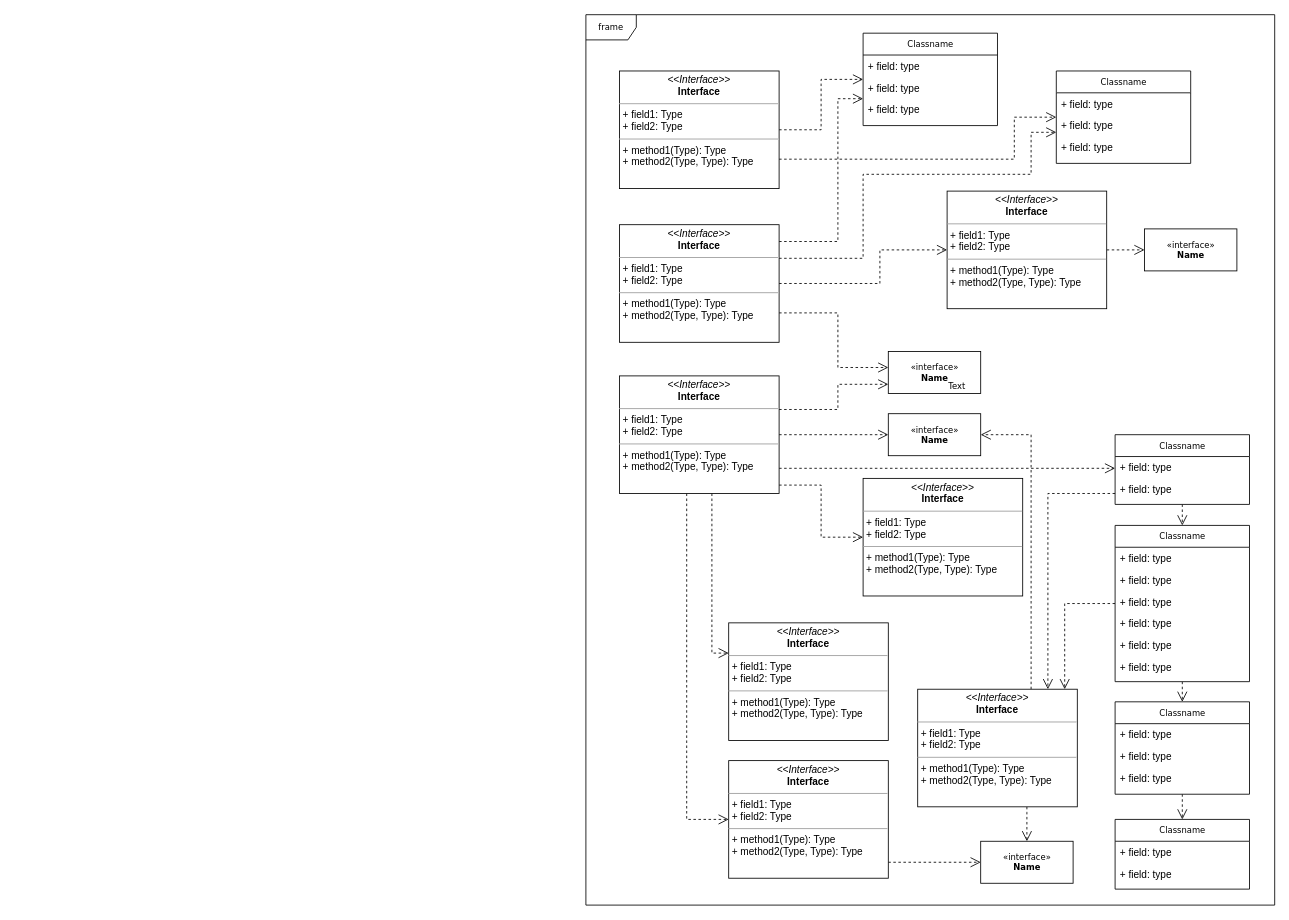
last-war/last-war keeps this draw.io diagram as Діаграма без назви.drawio. Above is the earlier version. Source tidied: cells renumbered, new cells numbered last; positions are measured from the earlier drawing's top-left corner, leaving out a move shared by most shapes. Both pictures are drawn from the tidied source at 84%, with x=0, y=0 at pixel (585, 14).
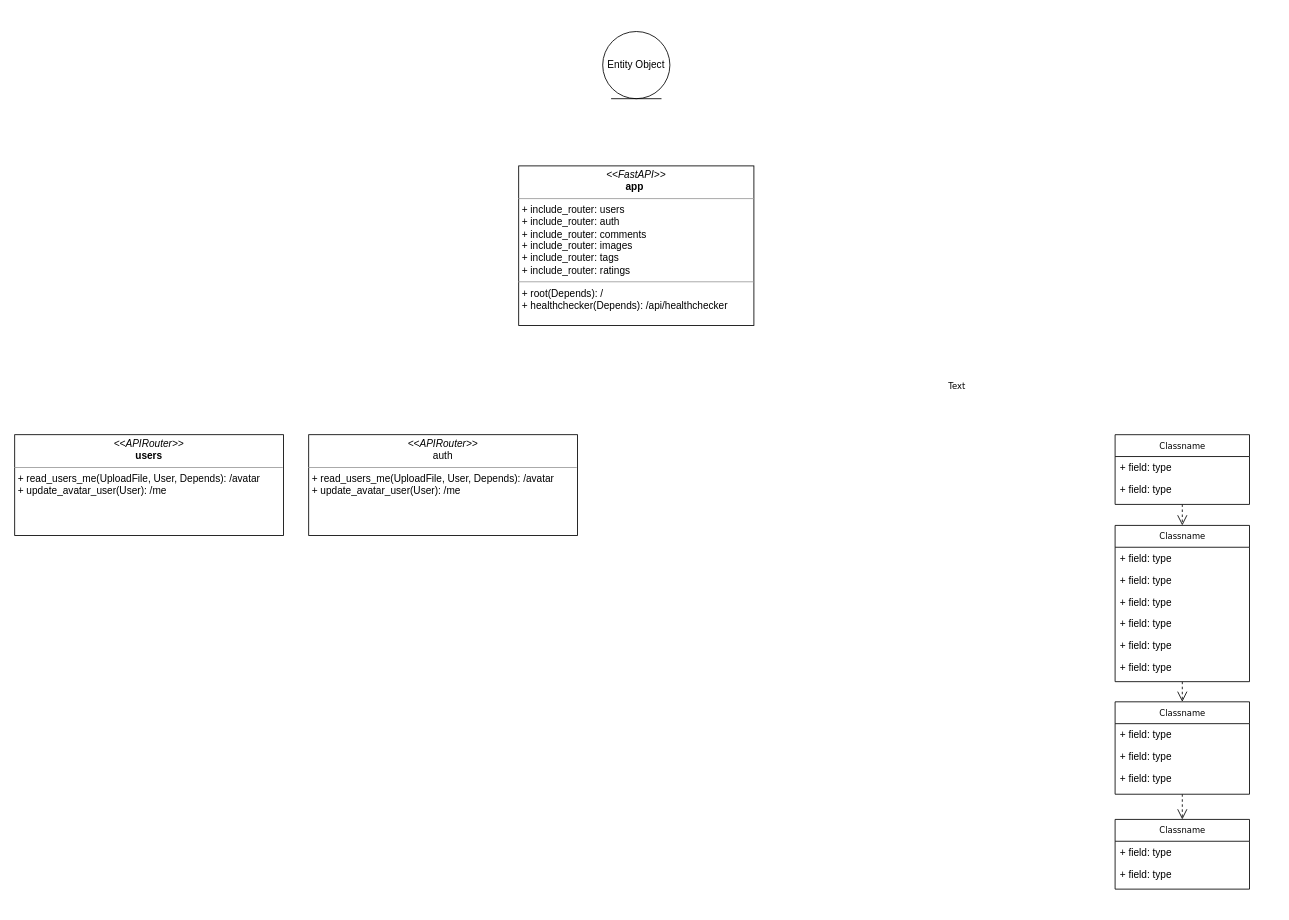
After the change.

Unchanged cells that the change refers to:
```xml
<mxCell id="5" value="Classname" style="swimlane;html=1;fontStyle=0;horizontal=1;startSize=26;fillColor=none;swimlaneFillColor=#ffffff;rounded=0;shadow=0;comic=0;labelBackgroundColor=none;strokeWidth=1;fontFamily=Verdana;fontSize=10;align=center;" parent="1" vertex="1">
  <mxGeometry x="630" y="608" width="160" height="186" as="geometry" />
</mxCell>
<mxCell id="29" value="Classname" style="swimlane;html=1;fontStyle=0;horizontal=1;startSize=26;fillColor=none;swimlaneFillColor=#ffffff;rounded=0;shadow=0;comic=0;labelBackgroundColor=none;strokeWidth=1;fontFamily=Verdana;fontSize=10;align=center;" parent="1" vertex="1">
  <mxGeometry x="630" y="500" width="160" height="83" as="geometry" />
</mxCell>
```

The edit, as a diff of the source:
```diff
@@
-    <mxCell id="2" value="frame" style="shape=umlFrame;whiteSpace=wrap;html=1;rounded=0;shadow=0;comic=0;labelBackgroundColor=none;strokeWidth=1;fontFamily=Verdana;fontSize=10;align=center;" parent="1" vertex="1">
-      <mxGeometry width="820" height="1060" as="geometry" />
-    </mxCell>
-    <mxCell id="3" style="edgeStyle=orthogonalEdgeStyle;rounded=0;html=1;dashed=1;labelBackgroundColor=none;startFill=0;endArrow=open;endFill=0;endSize=10;fontFamily=Verdana;fontSize=10;" parent="1" edge="1" source="5" target="35">
-      <mxGeometry relative="1" as="geometry">
-        <Array as="points">
-          <mxPoint x="570" y="701" />
-        </Array>
-      </mxGeometry>
-    </mxCell>
@@
-    <mxCell id="12" value="Classname" style="swimlane;html=1;fontStyle=0;horizontal=1;startSize=26;fillColor=none;swimlaneFillColor=#ffffff;rounded=0;shadow=0;comic=0;labelBackgroundColor=none;strokeWidth=1;fontFamily=Verdana;fontSize=10;align=center;" parent="1" vertex="1">
-      <mxGeometry x="330" y="22" width="160" height="110" as="geometry" />
-    </mxCell>
-    <mxCell id="13" value="+ field: type" style="text;html=1;strokeColor=none;fillColor=none;align=left;verticalAlign=top;spacingLeft=4;spacingRight=4;whiteSpace=wrap;overflow=hidden;" parent="12" vertex="1">
-      <mxGeometry y="26" width="160" height="26" as="geometry" />
-    </mxCell>
-    <mxCell id="14" value="+ field: type" style="text;html=1;strokeColor=none;fillColor=none;align=left;verticalAlign=top;spacingLeft=4;spacingRight=4;whiteSpace=wrap;overflow=hidden;" parent="12" vertex="1">
-      <mxGeometry y="52" width="160" height="26" as="geometry" />
-    </mxCell>
-    <mxCell id="15" value="+ field: type" style="text;html=1;strokeColor=none;fillColor=none;align=left;verticalAlign=top;spacingLeft=4;spacingRight=4;whiteSpace=wrap;overflow=hidden;" parent="12" vertex="1">
-      <mxGeometry y="78" width="160" height="26" as="geometry" />
-    </mxCell>
-    <mxCell id="16" value="Classname" style="swimlane;html=1;fontStyle=0;horizontal=1;startSize=26;fillColor=none;swimlaneFillColor=#ffffff;rounded=0;shadow=0;comic=0;labelBackgroundColor=none;strokeWidth=1;fontFamily=Verdana;fontSize=10;align=center;" parent="1" vertex="1">
-      <mxGeometry x="560" y="67" width="160" height="110" as="geometry" />
-    </mxCell>
-    <mxCell id="17" value="+ field: type" style="text;html=1;strokeColor=none;fillColor=none;align=left;verticalAlign=top;spacingLeft=4;spacingRight=4;whiteSpace=wrap;overflow=hidden;" parent="16" vertex="1">
-      <mxGeometry y="26" width="160" height="26" as="geometry" />
-    </mxCell>
-    <mxCell id="18" value="+ field: type" style="text;html=1;strokeColor=none;fillColor=none;align=left;verticalAlign=top;spacingLeft=4;spacingRight=4;whiteSpace=wrap;overflow=hidden;" parent="16" vertex="1">
-      <mxGeometry y="52" width="160" height="26" as="geometry" />
-    </mxCell>
-    <mxCell id="19" value="+ field: type" style="text;html=1;strokeColor=none;fillColor=none;align=left;verticalAlign=top;spacingLeft=4;spacingRight=4;whiteSpace=wrap;overflow=hidden;" parent="16" vertex="1">
-      <mxGeometry y="78" width="160" height="26" as="geometry" />
-    </mxCell>
@@
-    <mxCell id="32" value="&amp;laquo;interface&amp;raquo;&lt;br&gt;&lt;b&gt;Name&lt;/b&gt;" style="html=1;rounded=0;shadow=0;comic=0;labelBackgroundColor=none;strokeWidth=1;fontFamily=Verdana;fontSize=10;align=center;" parent="1" vertex="1">
-      <mxGeometry x="470" y="984" width="110" height="50" as="geometry" />
-    </mxCell>
-    <mxCell id="33" style="edgeStyle=orthogonalEdgeStyle;rounded=0;html=1;dashed=1;labelBackgroundColor=none;startFill=0;endArrow=open;endFill=0;endSize=10;fontFamily=Verdana;fontSize=10;" parent="1" edge="1" source="35" target="32">
-      <mxGeometry relative="1" as="geometry">
-        <Array as="points">
-          <mxPoint x="525" y="950" />
-          <mxPoint x="525" y="950" />
-        </Array>
-      </mxGeometry>
-    </mxCell>
-    <mxCell id="34" style="edgeStyle=orthogonalEdgeStyle;rounded=0;html=1;dashed=1;labelBackgroundColor=none;startFill=0;endArrow=open;endFill=0;endSize=10;fontFamily=Verdana;fontSize=10;" parent="1" edge="1" source="35" target="40">
-      <mxGeometry relative="1" as="geometry">
-        <Array as="points">
-          <mxPoint x="530" y="500" />
-        </Array>
-      </mxGeometry>
-    </mxCell>
-    <mxCell id="35" value="&lt;p style=&quot;margin:0px;margin-top:4px;text-align:center;&quot;&gt;&lt;i&gt;&amp;lt;&amp;lt;Interface&amp;gt;&amp;gt;&lt;/i&gt;&lt;br/&gt;&lt;b&gt;Interface&lt;/b&gt;&lt;/p&gt;&lt;hr size=&quot;1&quot;/&gt;&lt;p style=&quot;margin:0px;margin-left:4px;&quot;&gt;+ field1: Type&lt;br/&gt;+ field2: Type&lt;/p&gt;&lt;hr size=&quot;1&quot;/&gt;&lt;p style=&quot;margin:0px;margin-left:4px;&quot;&gt;+ method1(Type): Type&lt;br/&gt;+ method2(Type, Type): Type&lt;/p&gt;" style="verticalAlign=top;align=left;overflow=fill;fontSize=12;fontFamily=Helvetica;html=1;rounded=0;shadow=0;comic=0;labelBackgroundColor=none;strokeWidth=1;" parent="1" vertex="1">
-      <mxGeometry x="395" y="803" width="190" height="140" as="geometry" />
-    </mxCell>
-    <mxCell id="36" value="&lt;p style=&quot;margin:0px;margin-top:4px;text-align:center;&quot;&gt;&lt;i&gt;&amp;lt;&amp;lt;Interface&amp;gt;&amp;gt;&lt;/i&gt;&lt;br/&gt;&lt;b&gt;Interface&lt;/b&gt;&lt;/p&gt;&lt;hr size=&quot;1&quot;/&gt;&lt;p style=&quot;margin:0px;margin-left:4px;&quot;&gt;+ field1: Type&lt;br/&gt;+ field2: Type&lt;/p&gt;&lt;hr size=&quot;1&quot;/&gt;&lt;p style=&quot;margin:0px;margin-left:4px;&quot;&gt;+ method1(Type): Type&lt;br/&gt;+ method2(Type, Type): Type&lt;/p&gt;" style="verticalAlign=top;align=left;overflow=fill;fontSize=12;fontFamily=Helvetica;html=1;rounded=0;shadow=0;comic=0;labelBackgroundColor=none;strokeWidth=1;" parent="1" vertex="1">
-      <mxGeometry x="330" y="552" width="190" height="140" as="geometry" />
-    </mxCell>
-    <mxCell id="37" style="edgeStyle=orthogonalEdgeStyle;rounded=0;html=1;dashed=1;labelBackgroundColor=none;startFill=0;endArrow=open;endFill=0;endSize=10;fontFamily=Verdana;fontSize=10;" parent="1" edge="1" source="38" target="32">
-      <mxGeometry relative="1" as="geometry">
-        <Array as="points">
-          <mxPoint x="390" y="1009" />
-          <mxPoint x="390" y="1009" />
-        </Array>
-      </mxGeometry>
-    </mxCell>
-    <mxCell id="38" value="&lt;p style=&quot;margin:0px;margin-top:4px;text-align:center;&quot;&gt;&lt;i&gt;&amp;lt;&amp;lt;Interface&amp;gt;&amp;gt;&lt;/i&gt;&lt;br/&gt;&lt;b&gt;Interface&lt;/b&gt;&lt;/p&gt;&lt;hr size=&quot;1&quot;/&gt;&lt;p style=&quot;margin:0px;margin-left:4px;&quot;&gt;+ field1: Type&lt;br/&gt;+ field2: Type&lt;/p&gt;&lt;hr size=&quot;1&quot;/&gt;&lt;p style=&quot;margin:0px;margin-left:4px;&quot;&gt;+ method1(Type): Type&lt;br/&gt;+ method2(Type, Type): Type&lt;/p&gt;" style="verticalAlign=top;align=left;overflow=fill;fontSize=12;fontFamily=Helvetica;html=1;rounded=0;shadow=0;comic=0;labelBackgroundColor=none;strokeWidth=1;" parent="1" vertex="1">
-      <mxGeometry x="170" y="888" width="190" height="140" as="geometry" />
-    </mxCell>
-    <mxCell id="39" value="&lt;p style=&quot;margin:0px;margin-top:4px;text-align:center;&quot;&gt;&lt;i&gt;&amp;lt;&amp;lt;Interface&amp;gt;&amp;gt;&lt;/i&gt;&lt;br/&gt;&lt;b&gt;Interface&lt;/b&gt;&lt;/p&gt;&lt;hr size=&quot;1&quot;/&gt;&lt;p style=&quot;margin:0px;margin-left:4px;&quot;&gt;+ field1: Type&lt;br/&gt;+ field2: Type&lt;/p&gt;&lt;hr size=&quot;1&quot;/&gt;&lt;p style=&quot;margin:0px;margin-left:4px;&quot;&gt;+ method1(Type): Type&lt;br/&gt;+ method2(Type, Type): Type&lt;/p&gt;" style="verticalAlign=top;align=left;overflow=fill;fontSize=12;fontFamily=Helvetica;html=1;rounded=0;shadow=0;comic=0;labelBackgroundColor=none;strokeWidth=1;" parent="1" vertex="1">
-      <mxGeometry x="170" y="724" width="190" height="140" as="geometry" />
-    </mxCell>
-    <mxCell id="40" value="&amp;laquo;interface&amp;raquo;&lt;br&gt;&lt;b&gt;Name&lt;/b&gt;" style="html=1;rounded=0;shadow=0;comic=0;labelBackgroundColor=none;strokeWidth=1;fontFamily=Verdana;fontSize=10;align=center;" parent="1" vertex="1">
-      <mxGeometry x="360" y="475" width="110" height="50" as="geometry" />
-    </mxCell>
-    <mxCell id="41" value="&amp;laquo;interface&amp;raquo;&lt;br&gt;&lt;b&gt;Name&lt;/b&gt;" style="html=1;rounded=0;shadow=0;comic=0;labelBackgroundColor=none;strokeWidth=1;fontFamily=Verdana;fontSize=10;align=center;" parent="1" vertex="1">
-      <mxGeometry x="360" y="401" width="110" height="50" as="geometry" />
-    </mxCell>
-    <mxCell id="42" style="edgeStyle=orthogonalEdgeStyle;rounded=0;html=1;dashed=1;labelBackgroundColor=none;startFill=0;endArrow=open;endFill=0;endSize=10;fontFamily=Verdana;fontSize=10;" parent="1" edge="1" source="43" target="45">
-      <mxGeometry relative="1" as="geometry" />
-    </mxCell>
-    <mxCell id="43" value="&lt;p style=&quot;margin:0px;margin-top:4px;text-align:center;&quot;&gt;&lt;i&gt;&amp;lt;&amp;lt;Interface&amp;gt;&amp;gt;&lt;/i&gt;&lt;br/&gt;&lt;b&gt;Interface&lt;/b&gt;&lt;/p&gt;&lt;hr size=&quot;1&quot;/&gt;&lt;p style=&quot;margin:0px;margin-left:4px;&quot;&gt;+ field1: Type&lt;br/&gt;+ field2: Type&lt;/p&gt;&lt;hr size=&quot;1&quot;/&gt;&lt;p style=&quot;margin:0px;margin-left:4px;&quot;&gt;+ method1(Type): Type&lt;br/&gt;+ method2(Type, Type): Type&lt;/p&gt;" style="verticalAlign=top;align=left;overflow=fill;fontSize=12;fontFamily=Helvetica;html=1;rounded=0;shadow=0;comic=0;labelBackgroundColor=none;strokeWidth=1;" parent="1" vertex="1">
-      <mxGeometry x="430" y="210" width="190" height="140" as="geometry" />
-    </mxCell>
@@
-    <mxCell id="45" value="&amp;laquo;interface&amp;raquo;&lt;br&gt;&lt;b&gt;Name&lt;/b&gt;" style="html=1;rounded=0;shadow=0;comic=0;labelBackgroundColor=none;strokeWidth=1;fontFamily=Verdana;fontSize=10;align=center;" parent="1" vertex="1">
-      <mxGeometry x="665" y="255" width="110" height="50" as="geometry" />
-    </mxCell>
-    <mxCell id="46" style="edgeStyle=orthogonalEdgeStyle;rounded=0;html=1;labelBackgroundColor=none;startFill=0;endArrow=open;endFill=0;endSize=10;fontFamily=Verdana;fontSize=10;dashed=1;" parent="1" edge="1" source="48" target="12">
-      <mxGeometry relative="1" as="geometry" />
-    </mxCell>
-    <mxCell id="47" style="edgeStyle=orthogonalEdgeStyle;rounded=0;html=1;exitX=1;exitY=0.75;dashed=1;labelBackgroundColor=none;startFill=0;endArrow=open;endFill=0;endSize=10;fontFamily=Verdana;fontSize=10;" parent="1" edge="1" source="48" target="16">
-      <mxGeometry relative="1" as="geometry">
-        <Array as="points">
-          <mxPoint x="510" y="172" />
-          <mxPoint x="510" y="122" />
-        </Array>
-      </mxGeometry>
-    </mxCell>
-    <mxCell id="48" value="&lt;p style=&quot;margin:0px;margin-top:4px;text-align:center;&quot;&gt;&lt;i&gt;&amp;lt;&amp;lt;Interface&amp;gt;&amp;gt;&lt;/i&gt;&lt;br/&gt;&lt;b&gt;Interface&lt;/b&gt;&lt;/p&gt;&lt;hr size=&quot;1&quot;/&gt;&lt;p style=&quot;margin:0px;margin-left:4px;&quot;&gt;+ field1: Type&lt;br/&gt;+ field2: Type&lt;/p&gt;&lt;hr size=&quot;1&quot;/&gt;&lt;p style=&quot;margin:0px;margin-left:4px;&quot;&gt;+ method1(Type): Type&lt;br/&gt;+ method2(Type, Type): Type&lt;/p&gt;" style="verticalAlign=top;align=left;overflow=fill;fontSize=12;fontFamily=Helvetica;html=1;rounded=0;shadow=0;comic=0;labelBackgroundColor=none;strokeWidth=1;" parent="1" vertex="1">
-      <mxGeometry x="40" y="67" width="190" height="140" as="geometry" />
-    </mxCell>
-    <mxCell id="49" style="edgeStyle=orthogonalEdgeStyle;rounded=0;html=1;dashed=1;labelBackgroundColor=none;startFill=0;endArrow=open;endFill=0;endSize=10;fontFamily=Verdana;fontSize=10;" parent="1" edge="1" source="53" target="12">
-      <mxGeometry relative="1" as="geometry">
-        <Array as="points">
-          <mxPoint x="300" y="270" />
-          <mxPoint x="300" y="100" />
-        </Array>
-      </mxGeometry>
-    </mxCell>
-    <mxCell id="50" style="edgeStyle=orthogonalEdgeStyle;rounded=0;html=1;dashed=1;labelBackgroundColor=none;startFill=0;endArrow=open;endFill=0;endSize=10;fontFamily=Verdana;fontSize=10;" parent="1" edge="1" source="53" target="16">
-      <mxGeometry relative="1" as="geometry">
-        <Array as="points">
-          <mxPoint x="330" y="290" />
-          <mxPoint x="330" y="190" />
-          <mxPoint x="530" y="190" />
-          <mxPoint x="530" y="140" />
-        </Array>
-      </mxGeometry>
-    </mxCell>
-    <mxCell id="51" style="edgeStyle=orthogonalEdgeStyle;rounded=0;html=1;dashed=1;labelBackgroundColor=none;startFill=0;endArrow=open;endFill=0;endSize=10;fontFamily=Verdana;fontSize=10;" parent="1" edge="1" source="53" target="43">
-      <mxGeometry relative="1" as="geometry">
-        <Array as="points">
-          <mxPoint x="350" y="320" />
-          <mxPoint x="350" y="280" />
-        </Array>
-      </mxGeometry>
-    </mxCell>
-    <mxCell id="52" style="edgeStyle=orthogonalEdgeStyle;rounded=0;html=1;exitX=1;exitY=0.75;dashed=1;labelBackgroundColor=none;startFill=0;endArrow=open;endFill=0;endSize=10;fontFamily=Verdana;fontSize=10;" parent="1" edge="1" source="53" target="41">
-      <mxGeometry relative="1" as="geometry">
-        <Array as="points">
-          <mxPoint x="300" y="355" />
-          <mxPoint x="300" y="420" />
-        </Array>
-      </mxGeometry>
-    </mxCell>
-    <mxCell id="53" value="&lt;p style=&quot;margin:0px;margin-top:4px;text-align:center;&quot;&gt;&lt;i&gt;&amp;lt;&amp;lt;Interface&amp;gt;&amp;gt;&lt;/i&gt;&lt;br/&gt;&lt;b&gt;Interface&lt;/b&gt;&lt;/p&gt;&lt;hr size=&quot;1&quot;/&gt;&lt;p style=&quot;margin:0px;margin-left:4px;&quot;&gt;+ field1: Type&lt;br/&gt;+ field2: Type&lt;/p&gt;&lt;hr size=&quot;1&quot;/&gt;&lt;p style=&quot;margin:0px;margin-left:4px;&quot;&gt;+ method1(Type): Type&lt;br/&gt;+ method2(Type, Type): Type&lt;/p&gt;" style="verticalAlign=top;align=left;overflow=fill;fontSize=12;fontFamily=Helvetica;html=1;rounded=0;shadow=0;comic=0;labelBackgroundColor=none;strokeWidth=1;" parent="1" vertex="1">
-      <mxGeometry x="40" y="250" width="190" height="140" as="geometry" />
+    <mxCell id="53" value="&lt;p style=&quot;margin:0px;margin-top:4px;text-align:center;&quot;&gt;&lt;i&gt;&amp;lt;&amp;lt;FastAPI&amp;gt;&amp;gt;&lt;/i&gt;&lt;br&gt;&lt;b&gt;app&amp;nbsp;&lt;/b&gt;&lt;br&gt;&lt;/p&gt;&lt;hr size=&quot;1&quot;&gt;&lt;p style=&quot;margin:0px;margin-left:4px;&quot;&gt;+ include_router: users&lt;br&gt;+ include_router: auth&lt;/p&gt;&lt;p style=&quot;margin:0px;margin-left:4px;&quot;&gt;+ include_router: comments&lt;br&gt;&lt;/p&gt;&lt;p style=&quot;margin:0px;margin-left:4px;&quot;&gt;+ include_router: images&lt;br&gt;&lt;/p&gt;&lt;p style=&quot;margin:0px;margin-left:4px;&quot;&gt;+ include_router: tags&lt;br&gt;&lt;/p&gt;&lt;p style=&quot;margin:0px;margin-left:4px;&quot;&gt;+ include_router:&amp;nbsp;ratings&lt;br&gt;&lt;/p&gt;&lt;hr size=&quot;1&quot;&gt;&lt;p style=&quot;margin:0px;margin-left:4px;&quot;&gt;+ root(Depends): /&lt;br&gt;+ healthchecker(Depends): /api/healthchecker&lt;/p&gt;" style="verticalAlign=top;align=left;overflow=fill;fontSize=12;fontFamily=Helvetica;html=1;rounded=0;shadow=0;comic=0;labelBackgroundColor=none;strokeWidth=1;" parent="1" vertex="1">
+      <mxGeometry x="-80" y="180" width="280" height="190" as="geometry" />
     </mxCell>
-    <mxCell id="54" style="edgeStyle=orthogonalEdgeStyle;rounded=0;html=1;dashed=1;labelBackgroundColor=none;startFill=0;endArrow=open;endFill=0;endSize=10;fontFamily=Verdana;fontSize=10;" parent="1" edge="1" source="60" target="41">
-      <mxGeometry relative="1" as="geometry">
-        <Array as="points">
-          <mxPoint x="300" y="470" />
-          <mxPoint x="300" y="440" />
-        </Array>
-      </mxGeometry>
-    </mxCell>
-    <mxCell id="55" style="edgeStyle=orthogonalEdgeStyle;rounded=0;html=1;dashed=1;labelBackgroundColor=none;startFill=0;endArrow=open;endFill=0;endSize=10;fontFamily=Verdana;fontSize=10;" parent="1" edge="1" source="60" target="40">
-      <mxGeometry relative="1" as="geometry" />
-    </mxCell>
-    <mxCell id="56" style="edgeStyle=orthogonalEdgeStyle;rounded=0;html=1;dashed=1;labelBackgroundColor=none;startFill=0;endArrow=open;endFill=0;endSize=10;fontFamily=Verdana;fontSize=10;" parent="1" edge="1" source="60" target="36">
-      <mxGeometry relative="1" as="geometry">
-        <Array as="points">
-          <mxPoint x="280" y="560" />
-          <mxPoint x="280" y="622" />
-        </Array>
-      </mxGeometry>
-    </mxCell>
-    <mxCell id="57" style="edgeStyle=orthogonalEdgeStyle;rounded=0;html=1;dashed=1;labelBackgroundColor=none;startFill=0;endArrow=open;endFill=0;endSize=10;fontFamily=Verdana;fontSize=10;" parent="1" edge="1" source="60" target="29">
-      <mxGeometry relative="1" as="geometry">
-        <Array as="points">
-          <mxPoint x="330" y="540" />
-          <mxPoint x="330" y="540" />
-        </Array>
-      </mxGeometry>
-    </mxCell>
-    <mxCell id="58" style="edgeStyle=orthogonalEdgeStyle;rounded=0;html=1;dashed=1;labelBackgroundColor=none;startFill=0;endArrow=open;endFill=0;endSize=10;fontFamily=Verdana;fontSize=10;" parent="1" edge="1" source="60" target="39">
-      <mxGeometry relative="1" as="geometry">
-        <Array as="points">
-          <mxPoint x="150" y="760" />
-        </Array>
-      </mxGeometry>
-    </mxCell>
-    <mxCell id="59" style="edgeStyle=orthogonalEdgeStyle;rounded=0;html=1;dashed=1;labelBackgroundColor=none;startFill=0;endArrow=open;endFill=0;endSize=10;fontFamily=Verdana;fontSize=10;" parent="1" edge="1" source="60" target="38">
-      <mxGeometry relative="1" as="geometry">
-        <Array as="points">
-          <mxPoint x="120" y="958" />
-        </Array>
-      </mxGeometry>
-    </mxCell>
-    <mxCell id="60" value="&lt;p style=&quot;margin:0px;margin-top:4px;text-align:center;&quot;&gt;&lt;i&gt;&amp;lt;&amp;lt;Interface&amp;gt;&amp;gt;&lt;/i&gt;&lt;br/&gt;&lt;b&gt;Interface&lt;/b&gt;&lt;/p&gt;&lt;hr size=&quot;1&quot;/&gt;&lt;p style=&quot;margin:0px;margin-left:4px;&quot;&gt;+ field1: Type&lt;br/&gt;+ field2: Type&lt;/p&gt;&lt;hr size=&quot;1&quot;/&gt;&lt;p style=&quot;margin:0px;margin-left:4px;&quot;&gt;+ method1(Type): Type&lt;br/&gt;+ method2(Type, Type): Type&lt;/p&gt;" style="verticalAlign=top;align=left;overflow=fill;fontSize=12;fontFamily=Helvetica;html=1;rounded=0;shadow=0;comic=0;labelBackgroundColor=none;strokeWidth=1;" parent="1" vertex="1">
-      <mxGeometry x="40" y="430" width="190" height="140" as="geometry" />
+    <mxCell id="60" value="&lt;p style=&quot;margin:0px;margin-top:4px;text-align:center;&quot;&gt;&lt;i&gt;&amp;lt;&amp;lt;APIRouter&amp;gt;&amp;gt;&lt;/i&gt;&lt;br&gt;&lt;b&gt;users&lt;/b&gt;&lt;/p&gt;&lt;hr size=&quot;1&quot;&gt;&lt;p style=&quot;margin:0px;margin-left:4px;&quot;&gt;&lt;/p&gt;&lt;p style=&quot;margin:0px;margin-left:4px;&quot;&gt;+ read_users_me(UploadFile, User, Depends): /avatar&lt;br&gt;+ update_avatar_user(User): /me&lt;/p&gt;" style="verticalAlign=top;align=left;overflow=fill;fontSize=12;fontFamily=Helvetica;html=1;rounded=0;shadow=0;comic=0;labelBackgroundColor=none;strokeWidth=1;" parent="1" vertex="1">
+      <mxGeometry x="-680" y="500" width="320" height="120" as="geometry" />
     </mxCell>
-    <mxCell id="61" style="edgeStyle=orthogonalEdgeStyle;rounded=0;html=1;dashed=1;labelBackgroundColor=none;startFill=0;endArrow=open;endFill=0;endSize=10;fontFamily=Verdana;fontSize=10;" parent="1" edge="1" source="29" target="35">
-      <mxGeometry relative="1" as="geometry">
-        <Array as="points">
-          <mxPoint x="550" y="570" />
-        </Array>
-      </mxGeometry>
-    </mxCell>
+    <mxCell id="62" value="Entity Object" style="ellipse;shape=umlEntity;whiteSpace=wrap;html=1;" parent="1" vertex="1">
+      <mxGeometry x="20" y="20" width="80" height="80" as="geometry" />
+    </mxCell>
+    <mxCell id="63" value="&lt;p style=&quot;margin:0px;margin-top:4px;text-align:center;&quot;&gt;&lt;i&gt;&amp;lt;&amp;lt;APIRouter&amp;gt;&amp;gt;&lt;/i&gt;&lt;br&gt;&lt;span style=&quot;text-align: left;&quot;&gt;auth&lt;/span&gt;&lt;br&gt;&lt;/p&gt;&lt;hr size=&quot;1&quot;&gt;&lt;p style=&quot;margin:0px;margin-left:4px;&quot;&gt;&lt;/p&gt;&lt;p style=&quot;margin:0px;margin-left:4px;&quot;&gt;+ read_users_me(UploadFile, User, Depends): /avatar&lt;br&gt;+ update_avatar_user(User): /me&lt;/p&gt;" style="verticalAlign=top;align=left;overflow=fill;fontSize=12;fontFamily=Helvetica;html=1;rounded=0;shadow=0;comic=0;labelBackgroundColor=none;strokeWidth=1;" parent="1" vertex="1">
+      <mxGeometry x="-330" y="500" width="320" height="120" as="geometry" />
+    </mxCell>
```
